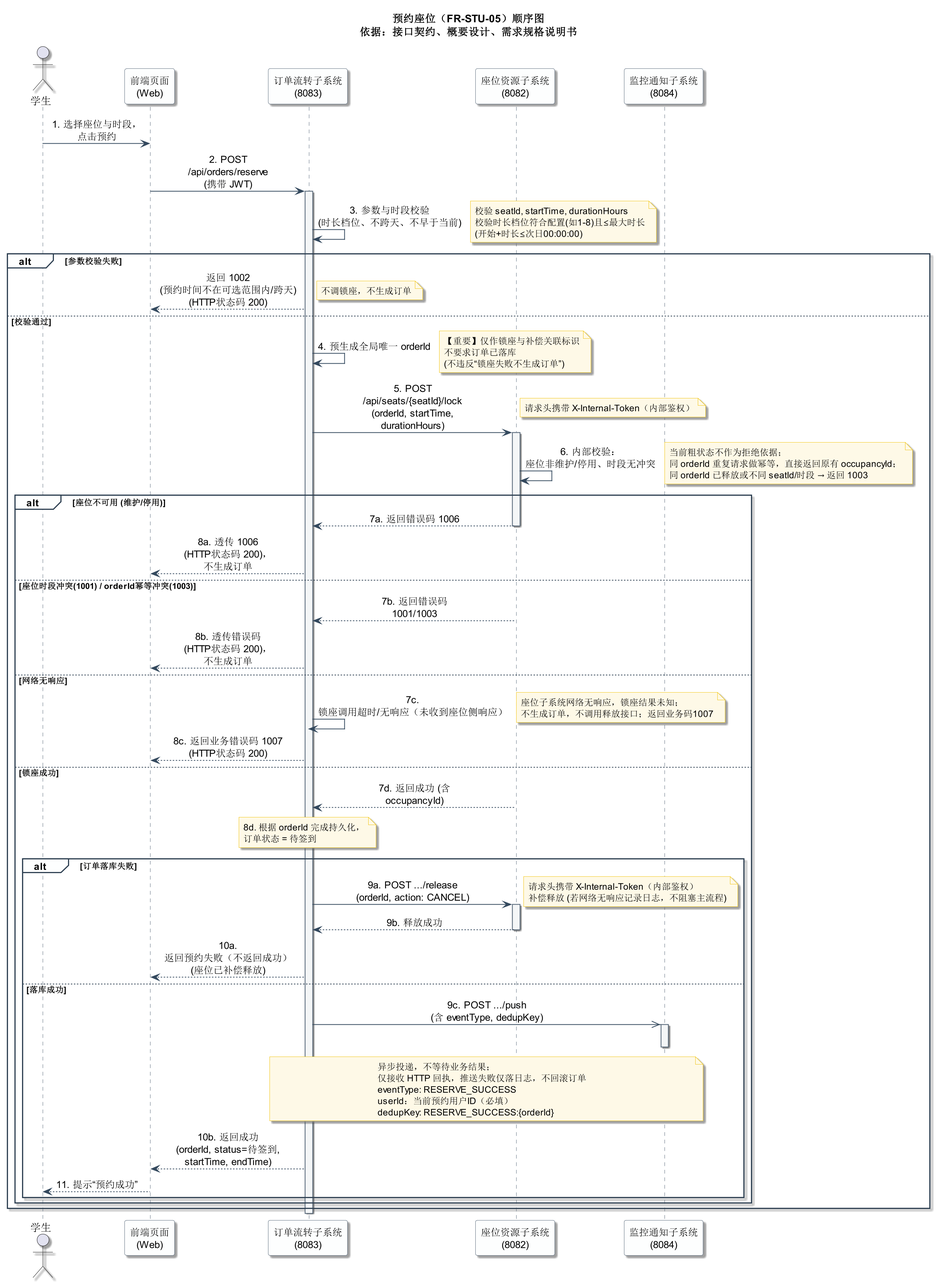
This is 03_UML设计模型/校园自习室分布式预约管理系统_预约座位顺序图.png from wlmm123/campus-study-room-system, a PlantUML export, as it was before one commit.
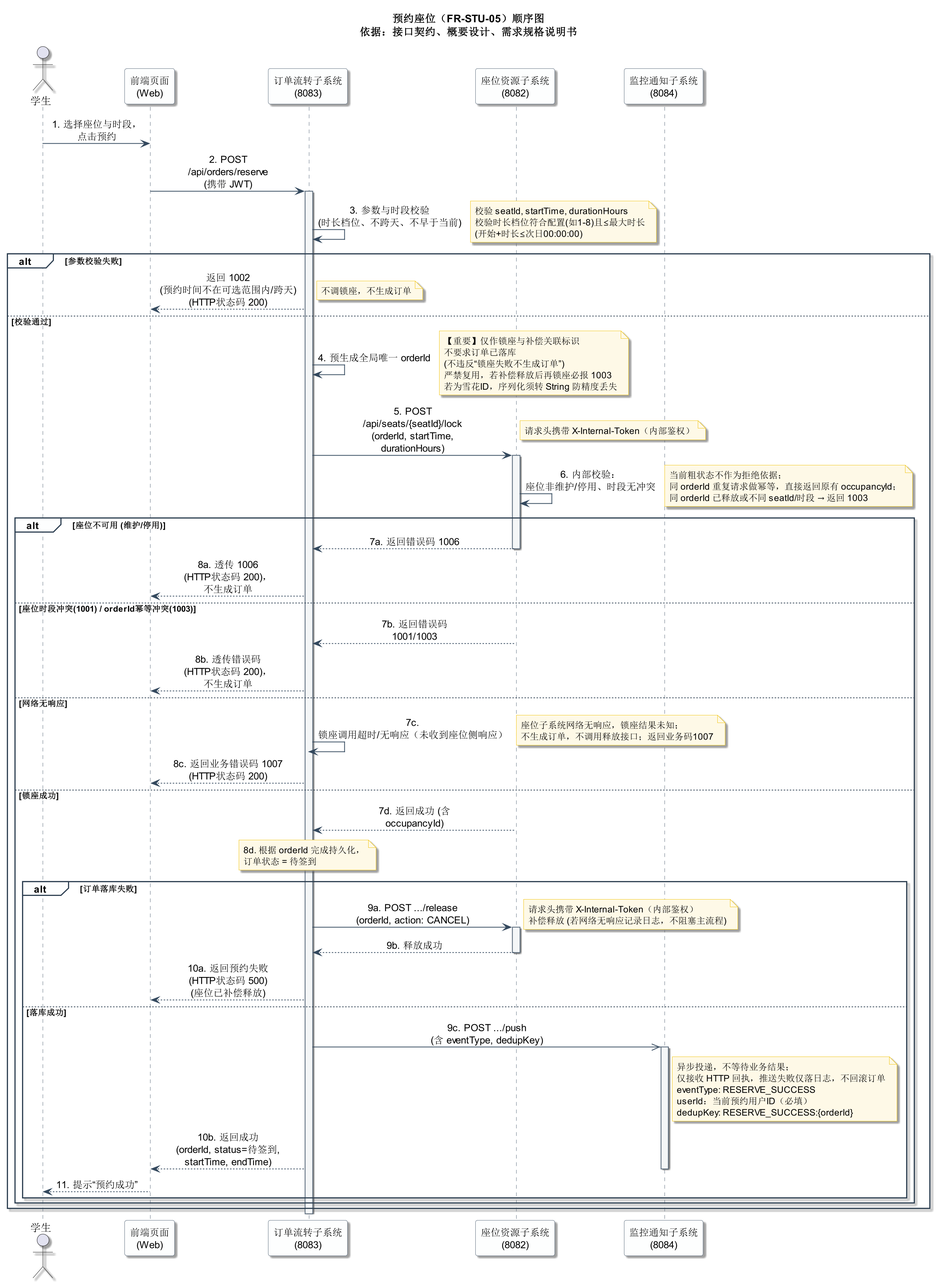
The same diagram one commit later.

Commit message:
成员3-预约顺序图 puml 源文件 + PNG 图片（3.0）

Diff of the diagram source:
```diff
@@ -50,6 +50,8 @@
       【重要】仅作锁座与补偿关联标识
       不要求订单已落库
       (不违反“锁座失败不生成订单”)
+      严禁复用，若补偿释放后再锁座必报 1003
+      若为雪花ID，序列化须转 String 防精度丢失
     end note
 
     OrderSvc -> SeatSvc : 5. POST /api/seats/{seatId}/lock\n(orderId, startTime, durationHours)
@@ -97,21 +99,21 @@
             activate SeatSvc
             SeatSvc --> OrderSvc : 9b. 释放成功
             deactivate SeatSvc
-            OrderSvc --> Frontend : 10a. 返回预约失败（不返回成功）\n(座位已补偿释放)
+            OrderSvc --> Frontend : 10a. 返回预约失败 (HTTP状态码 500)\n(座位已补偿释放)
 
         else 落库成功
             OrderSvc ->> NotifySvc : 9c. POST .../push\n(含 eventType, dedupKey)
             activate NotifySvc
-            note over OrderSvc, NotifySvc
+            note right of NotifySvc
               异步投递，不等待业务结果；
               仅接收 HTTP 回执，推送失败仅落日志，不回滚订单
               eventType: RESERVE_SUCCESS
               userId：当前预约用户ID（必填）
               dedupKey: RESERVE_SUCCESS:{orderId}
             end note
-            deactivate NotifySvc
 
             OrderSvc --> Frontend : 10b. 返回成功\n(orderId, status=待签到, startTime, endTime)
+            deactivate NotifySvc
             Frontend --> Student : 11. 提示“预约成功”
         end
     end
```
